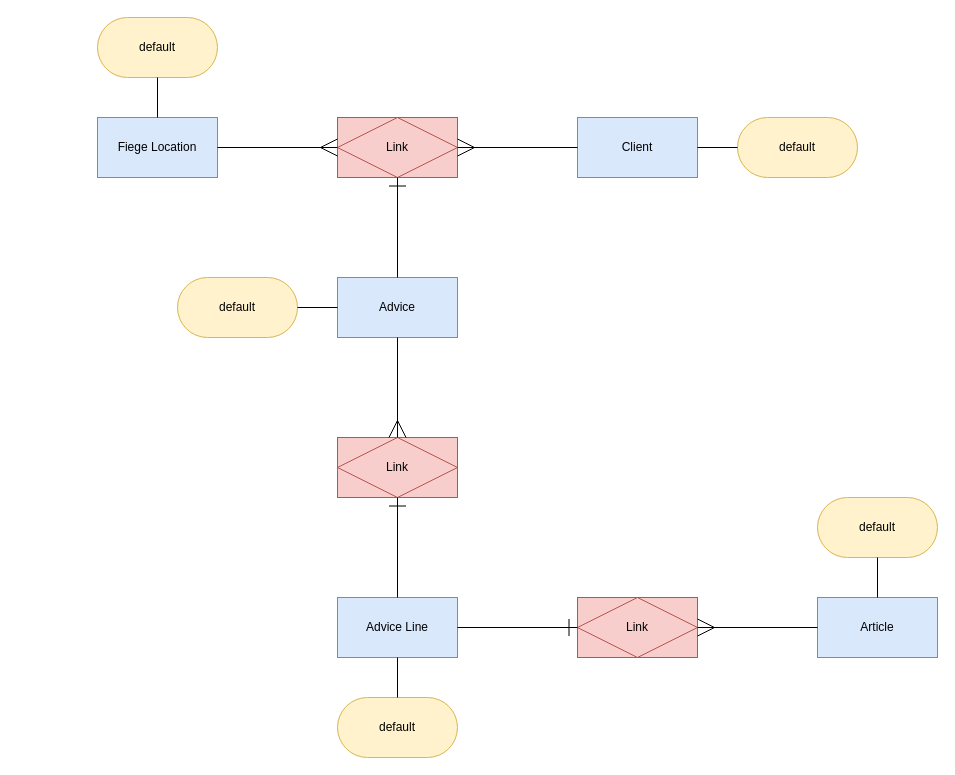
Before: drawio/Standard Inbound.drawio in mtruschk/ELM2, a draw.io diagram. Source tidied: cells renumbered, new cells numbered last; positions are measured from the earlier drawing's top-left corner, leaving out a move shared by most shapes. Both pictures are drawn from the tidied source at 100%, with x=0, y=0 at pixel (97, 17).
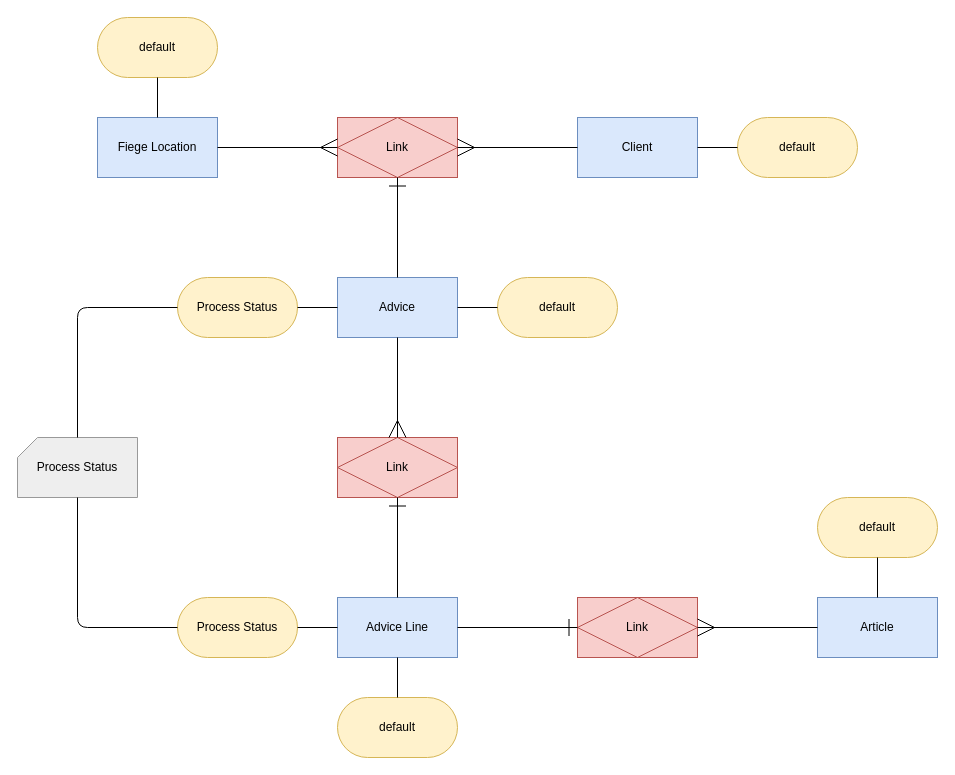
After the change.

The change refers to these unchanged cells:
```xml
<mxCell id="8" value="Advice" style="rounded=0;whiteSpace=wrap;html=1;fillColor=#dae8fc;strokeColor=#6c8ebf;" parent="1" vertex="1">
  <mxGeometry x="240" y="260" width="120" height="60" as="geometry" />
</mxCell>
<mxCell id="15" value="Advice Line" style="rounded=0;whiteSpace=wrap;html=1;fillColor=#dae8fc;strokeColor=#6c8ebf;" parent="1" vertex="1">
  <mxGeometry x="240" y="580" width="120" height="60" as="geometry" />
</mxCell>
```

What changed in the source:
```diff
@@
     <mxCell id="9" value="default" style="rounded=1;whiteSpace=wrap;html=1;arcSize=50;fillColor=#fff2cc;strokeColor=#d6b656;" parent="1" vertex="1">
-      <mxGeometry x="80" y="260" width="120" height="60" as="geometry" />
+      <mxGeometry x="400" y="260" width="120" height="60" as="geometry" />
     </mxCell>
@@
+    <mxCell id="27" value="Process Status" style="rounded=1;whiteSpace=wrap;html=1;arcSize=50;fillColor=#fff2cc;strokeColor=#d6b656;" parent="1" vertex="1">
+      <mxGeometry x="80" y="260" width="120" height="60" as="geometry" />
+    </mxCell>
+    <mxCell id="28" value="Process Status" style="rounded=1;whiteSpace=wrap;html=1;arcSize=50;fillColor=#fff2cc;strokeColor=#d6b656;" parent="1" vertex="1">
+      <mxGeometry x="80" y="580" width="120" height="60" as="geometry" />
+    </mxCell>
+    <mxCell id="29" style="endArrow=none;html=1;rounded=1;edgeStyle=orthogonalEdgeStyle;curved=0;" parent="1" edge="1" source="15" target="28">
+      <mxGeometry relative="1" as="geometry" />
+    </mxCell>
+    <mxCell id="30" style="endArrow=none;html=1;rounded=1;edgeStyle=orthogonalEdgeStyle;curved=0;" parent="1" edge="1" source="8" target="27">
+      <mxGeometry relative="1" as="geometry" />
+    </mxCell>
+    <mxCell id="31" value="Process Status" style="shape=card;whiteSpace=wrap;html=1;size=20;fillColor=#eeeeee;strokeColor=#999999;" parent="1" vertex="1">
+      <mxGeometry x="-80" y="420" width="120" height="60" as="geometry" />
+    </mxCell>
+    <mxCell id="32" style="endArrow=none;html=1;rounded=1;edgeStyle=orthogonalEdgeStyle;curved=0;" parent="1" edge="1" source="27" target="31">
+      <mxGeometry relative="1" as="geometry" />
+    </mxCell>
+    <mxCell id="33" style="endArrow=none;html=1;rounded=1;edgeStyle=orthogonalEdgeStyle;curved=0;" parent="1" edge="1" source="31" target="28">
+      <mxGeometry relative="1" as="geometry">
+        <Array as="points">
+          <mxPoint x="-20" y="610" />
+        </Array>
+      </mxGeometry>
+    </mxCell>
```
